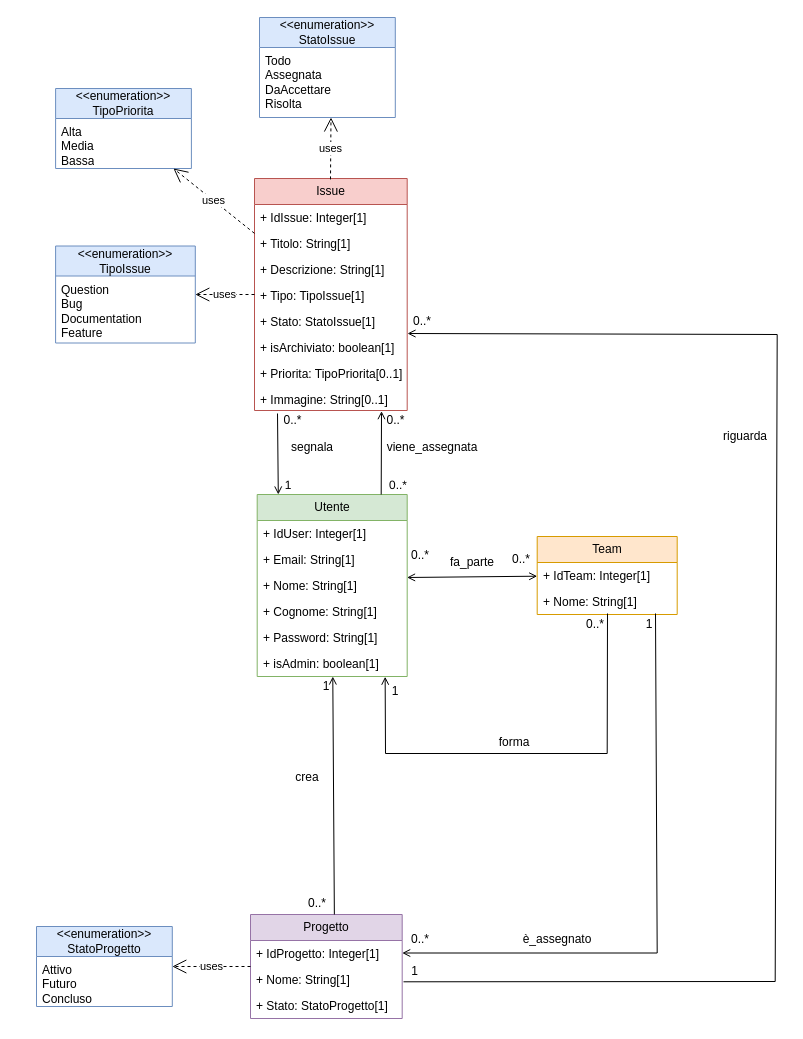
Before: Documentazione/Sezione 3/Diagrammi/UML_Design.drawio in kiyx/progetto-swe-2026, a draw.io diagram. Source tidied: cells renumbered, new cells numbered last; positions are measured from the earlier drawing's top-left corner, leaving out a move shared by most shapes. Both pictures are drawn from the tidied source at 100%, with x=0, y=0 at pixel (36, 17).
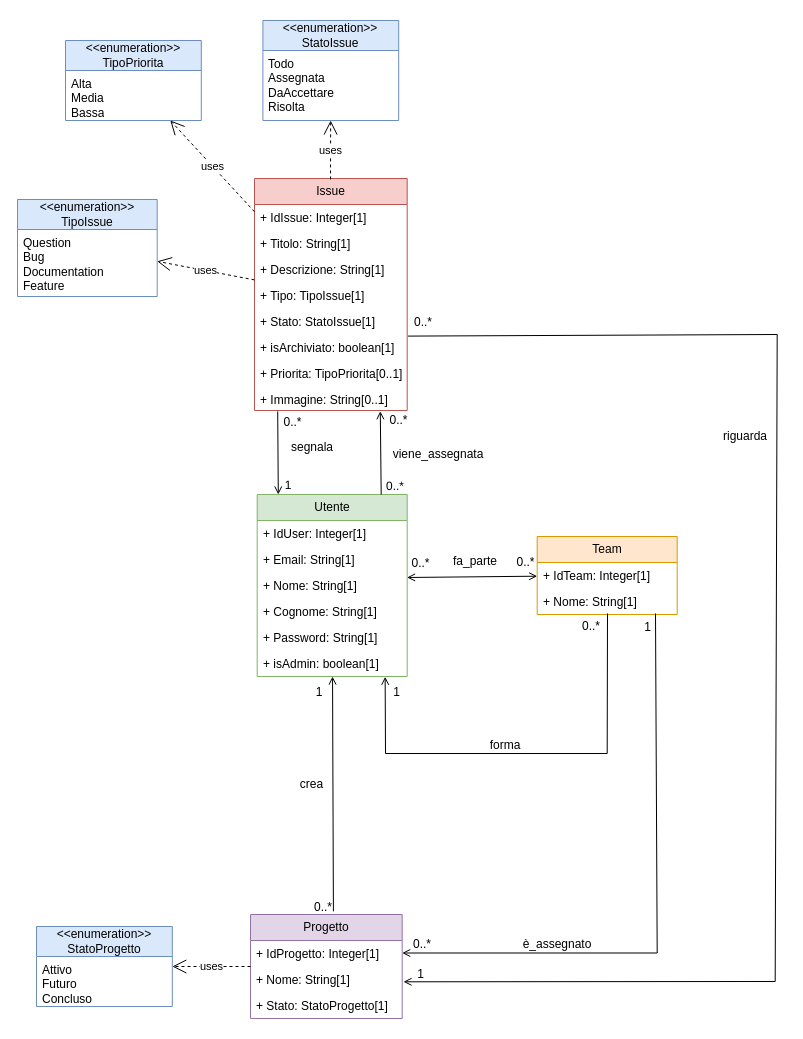
The same diagram, later.

Commit message (it also covers changes not shown here):
Add backend model classes and update UML diagram

The change refers to these unchanged cells:
```xml
<mxCell id="24" value="+ Immagine: String[0..1]" style="text;strokeColor=none;fillColor=none;align=left;verticalAlign=top;spacingLeft=4;spacingRight=4;overflow=hidden;points=[[0,0.5],[1,0.5]];portConstraint=eastwest;whiteSpace=wrap;html=1;" parent="16" vertex="1">
  <mxGeometry y="208" width="152.7" height="24" as="geometry" />
</mxCell>
```

Change to the diagram source:
```diff
@@
     <mxCell id="13" value="1" style="text;html=1;whiteSpace=wrap;strokeColor=none;fillColor=none;align=center;verticalAlign=middle;rounded=0;" parent="1" vertex="1">
-      <mxGeometry x="329" y="659" width="60" height="30" as="geometry" />
+      <mxGeometry x="354.7" y="668" width="11" height="14" as="geometry" />
     </mxCell>
     <mxCell id="14" value="0..*" style="text;html=1;whiteSpace=wrap;strokeColor=none;fillColor=none;align=center;verticalAlign=middle;rounded=0;" parent="1" vertex="1">
-      <mxGeometry x="529" y="592" width="60" height="30" as="geometry" />
+      <mxGeometry x="544" y="603" width="22" height="12" as="geometry" />
     </mxCell>
     <mxCell id="15" value="forma" style="text;html=1;whiteSpace=wrap;strokeColor=none;fillColor=none;align=center;verticalAlign=middle;rounded=0;" parent="1" vertex="1">
-      <mxGeometry x="448" y="710" width="60" height="30" as="geometry" />
+      <mxGeometry x="452" y="722" width="34" height="12" as="geometry" />
     </mxCell>
@@
     <mxCell id="25" value="&amp;lt;&amp;lt;enumeration&amp;gt;&amp;gt;&lt;div&gt;TipoIssue&lt;/div&gt;" style="swimlane;fontStyle=0;horizontal=1;startSize=30;fillColor=#dae8fc;whiteSpace=wrap;html=1;strokeColor=#6c8ebf;" parent="1" vertex="1">
-      <mxGeometry x="19.1" y="228.5" width="139.7" height="97" as="geometry" />
+      <mxGeometry x="-19" y="182" width="139.7" height="97" as="geometry" />
     </mxCell>
@@
     <mxCell id="27" value="&amp;lt;&amp;lt;enumeration&amp;gt;&amp;gt;&lt;div&gt;TipoPriorita&lt;/div&gt;" style="swimlane;fontStyle=0;horizontal=1;startSize=30;fillColor=#dae8fc;whiteSpace=wrap;html=1;strokeColor=#6c8ebf;" parent="1" vertex="1">
-      <mxGeometry x="19.1" y="71" width="135.8" height="80" as="geometry" />
+      <mxGeometry x="29" y="23" width="135.8" height="80" as="geometry" />
     </mxCell>
@@
     <mxCell id="29" value="&amp;lt;&amp;lt;enumeration&amp;gt;&amp;gt;&lt;div&gt;StatoIssue&lt;/div&gt;" style="swimlane;fontStyle=0;horizontal=1;startSize=30;fillColor=#dae8fc;whiteSpace=wrap;html=1;strokeColor=#6c8ebf;" parent="1" vertex="1">
-      <mxGeometry x="223" width="135.8" height="100" as="geometry" />
+      <mxGeometry x="226.4" y="3" width="135.8" height="100" as="geometry" />
     </mxCell>
@@
     <mxCell id="36" value="1" style="text;html=1;whiteSpace=wrap;strokeColor=none;fillColor=none;align=center;verticalAlign=middle;rounded=0;" parent="1" vertex="1">
-      <mxGeometry x="269.9" y="655" width="40" height="28" as="geometry" />
+      <mxGeometry x="278" y="668" width="10.3" height="14" as="geometry" />
     </mxCell>
     <mxCell id="37" value="0..*" style="text;html=1;whiteSpace=wrap;strokeColor=none;fillColor=none;align=center;verticalAlign=middle;rounded=0;" parent="1" vertex="1">
-      <mxGeometry x="260.7" y="872" width="40" height="28" as="geometry" />
+      <mxGeometry x="275" y="884" width="23.6" height="11" as="geometry" />
     </mxCell>
@@
     <mxCell id="39" value="0..*" style="text;html=1;whiteSpace=wrap;strokeColor=none;fillColor=none;align=center;verticalAlign=middle;rounded=0;" parent="1" vertex="1">
-      <mxGeometry x="353.7" y="907" width="60" height="30" as="geometry" />
+      <mxGeometry x="376.7" y="918.5" width="18.3" height="16" as="geometry" />
     </mxCell>
     <mxCell id="40" value="1" style="text;html=1;whiteSpace=wrap;strokeColor=none;fillColor=none;align=center;verticalAlign=middle;rounded=0;" parent="1" vertex="1">
-      <mxGeometry x="583" y="592" width="60" height="30" as="geometry" />
+      <mxGeometry x="606" y="604" width="11" height="11" as="geometry" />
     </mxCell>
@@
     <mxCell id="42" value="fa_parte" style="text;html=1;whiteSpace=wrap;strokeColor=none;fillColor=none;align=center;verticalAlign=middle;rounded=0;" parent="1" vertex="1">
-      <mxGeometry x="406" y="530" width="60" height="30" as="geometry" />
+      <mxGeometry x="415.7" y="534" width="46" height="20" as="geometry" />
     </mxCell>
     <mxCell id="43" value="0..*" style="text;html=1;whiteSpace=wrap;strokeColor=none;fillColor=none;align=center;verticalAlign=middle;rounded=0;" parent="1" vertex="1">
-      <mxGeometry x="353.7" y="523" width="60" height="30" as="geometry" />
+      <mxGeometry x="373.7" y="538" width="21.3" height="16" as="geometry" />
     </mxCell>
     <mxCell id="44" value="0..*" style="text;html=1;whiteSpace=wrap;strokeColor=none;fillColor=none;align=center;verticalAlign=middle;rounded=0;" parent="1" vertex="1">
-      <mxGeometry x="454.7" y="527" width="60" height="30" as="geometry" />
+      <mxGeometry x="478" y="537" width="22.7" height="15" as="geometry" />
     </mxCell>
@@
-    <mxCell id="47" style="endArrow=none;html=1;rounded=0;endFill=0;startArrow=open;startFill=0;" parent="1" edge="1">
+    <mxCell id="47" style="endArrow=none;html=1;rounded=0;endFill=0;startArrow=open;startFill=0;entryX=0.152;entryY=1.038;entryDx=0;entryDy=0;entryPerimeter=0;" parent="1" edge="1" target="24">
       <mxGeometry relative="1" as="geometry">
         <mxPoint x="241.8" y="477" as="sourcePoint" />
-        <mxPoint x="241" y="396" as="targetPoint" />
       </mxGeometry>
     </mxCell>
@@
     <mxCell id="49" value="0..*" style="text;html=1;whiteSpace=wrap;strokeColor=none;fillColor=none;align=center;verticalAlign=middle;rounded=0;" parent="1" vertex="1">
-      <mxGeometry x="246" y="393" width="21" height="20" as="geometry" />
+      <mxGeometry x="246" y="395" width="21" height="20" as="geometry" />
     </mxCell>
@@
-    <mxCell id="51" style="endArrow=none;html=1;rounded=0;entryX=1.002;entryY=0.667;entryDx=0;entryDy=0;entryPerimeter=0;exitX=0.255;exitY=0.9;exitDx=0;exitDy=0;exitPerimeter=0;startArrow=open;startFill=0;" parent="1" edge="1" source="53">
+    <mxCell id="51" style="endArrow=open;html=1;rounded=0;entryX=1.002;entryY=0.667;entryDx=0;entryDy=0;entryPerimeter=0;exitX=0.255;exitY=0.9;exitDx=0;exitDy=0;exitPerimeter=0;startArrow=none;startFill=0;endFill=0;" parent="1" edge="1" source="53">
       <mxGeometry relative="1" as="geometry">
         <mxPoint x="367" y="964.3" as="targetPoint" />
         <Array as="points">
           <mxPoint x="740.7" y="317" />
           <mxPoint x="738.7" y="964" />
         </Array>
       </mxGeometry>
     </mxCell>
     <mxCell id="52" value="1" style="text;html=1;whiteSpace=wrap;strokeColor=none;fillColor=none;align=center;verticalAlign=middle;rounded=0;" parent="1" vertex="1">
-      <mxGeometry x="362" y="939" width="33" height="30" as="geometry" />
+      <mxGeometry x="376.7" y="951" width="15" height="11" as="geometry" />
     </mxCell>
     <mxCell id="53" value="0..*" style="text;html=1;whiteSpace=wrap;strokeColor=none;fillColor=none;align=center;verticalAlign=middle;rounded=0;" parent="1" vertex="1">
-      <mxGeometry x="355.7" y="289" width="60" height="30" as="geometry" />
+      <mxGeometry x="355.7" y="288" width="62.3" height="34" as="geometry" />
     </mxCell>
-    <mxCell id="54" style="endArrow=none;html=1;rounded=0;exitX=0.076;exitY=0.033;exitDx=0;exitDy=0;exitPerimeter=0;startArrow=open;startFill=0;" parent="1" edge="1" source="55">
+    <mxCell id="54" style="endArrow=none;html=1;rounded=0;exitX=0.076;exitY=0.033;exitDx=0;exitDy=0;exitPerimeter=0;startArrow=open;startFill=0;" parent="1" edge="1">
       <mxGeometry relative="1" as="geometry">
+        <mxPoint x="343.8" y="393.7" as="sourcePoint" />
         <mxPoint x="344.7" y="477" as="targetPoint" />
       </mxGeometry>
     </mxCell>
-    <mxCell id="55" value="0..*" style="text;html=1;whiteSpace=wrap;strokeColor=none;fillColor=none;align=center;verticalAlign=middle;rounded=0;" parent="1" vertex="1">
-      <mxGeometry x="342.5" y="393" width="33" height="20" as="geometry" />
-    </mxCell>
     <mxCell id="56" value="viene_assegnata" style="text;html=1;whiteSpace=wrap;strokeColor=none;fillColor=none;align=center;verticalAlign=middle;rounded=0;" parent="1" vertex="1">
-      <mxGeometry x="365.7" y="415" width="60" height="30" as="geometry" />
+      <mxGeometry x="372" y="431" width="60" height="11" as="geometry" />
     </mxCell>
     <mxCell id="57" value="0..*" style="text;html=1;whiteSpace=wrap;strokeColor=none;fillColor=none;align=center;verticalAlign=middle;rounded=0;rotation=-0.6;" parent="1" vertex="1">
-      <mxGeometry x="345.5" y="453" width="32" height="30" as="geometry" />
+      <mxGeometry x="348.2" y="460.9" width="21.5" height="16.1" as="geometry" />
     </mxCell>
     <mxCell id="58" value="crea" style="text;html=1;whiteSpace=wrap;strokeColor=none;fillColor=none;align=center;verticalAlign=middle;rounded=0;" parent="1" vertex="1">
-      <mxGeometry x="240.7" y="745" width="60" height="30" as="geometry" />
+      <mxGeometry x="262.3" y="760" width="27.3" height="13" as="geometry" />
     </mxCell>
     <mxCell id="59" value="è_assegnato" style="text;html=1;whiteSpace=wrap;strokeColor=none;fillColor=none;align=center;verticalAlign=middle;rounded=0;" parent="1" vertex="1">
-      <mxGeometry x="491" y="907" width="60" height="30" as="geometry" />
+      <mxGeometry x="491" y="921" width="60" height="11" as="geometry" />
     </mxCell>
     <mxCell id="60" value="riguarda" style="text;strokeColor=none;fillColor=none;align=left;verticalAlign=top;spacingLeft=4;spacingRight=4;overflow=hidden;whiteSpace=wrap;html=1;" parent="1" vertex="1">
-      <mxGeometry x="681" y="405" width="62" height="26" as="geometry" />
+      <mxGeometry x="681" y="405" width="56" height="26" as="geometry" />
     </mxCell>
@@
-    <mxCell id="64" value="uses" style="endArrow=open;endSize=12;dashed=1;html=1;rounded=0;exitX=0.622;exitY=0.004;exitDx=0;exitDy=0;exitPerimeter=0;" parent="1" edge="1">
+    <mxCell id="64" value="uses" style="endArrow=open;endSize=12;dashed=1;html=1;rounded=0;exitX=0.622;exitY=0.004;exitDx=0;exitDy=0;exitPerimeter=0;" parent="1" edge="1" target="29">
       <mxGeometry relative="1" as="geometry">
         <mxPoint x="294" y="161.9" as="sourcePoint" />
-        <mxPoint x="294.5" y="100" as="targetPoint" />
       </mxGeometry>
     </mxCell>
+    <mxCell id="55" value="0..*" style="text;html=1;whiteSpace=wrap;strokeColor=none;fillColor=none;align=center;verticalAlign=middle;rounded=0;" parent="1" vertex="1">
+      <mxGeometry x="350.7" y="395.5" width="23" height="15" as="geometry" />
+    </mxCell>
```
